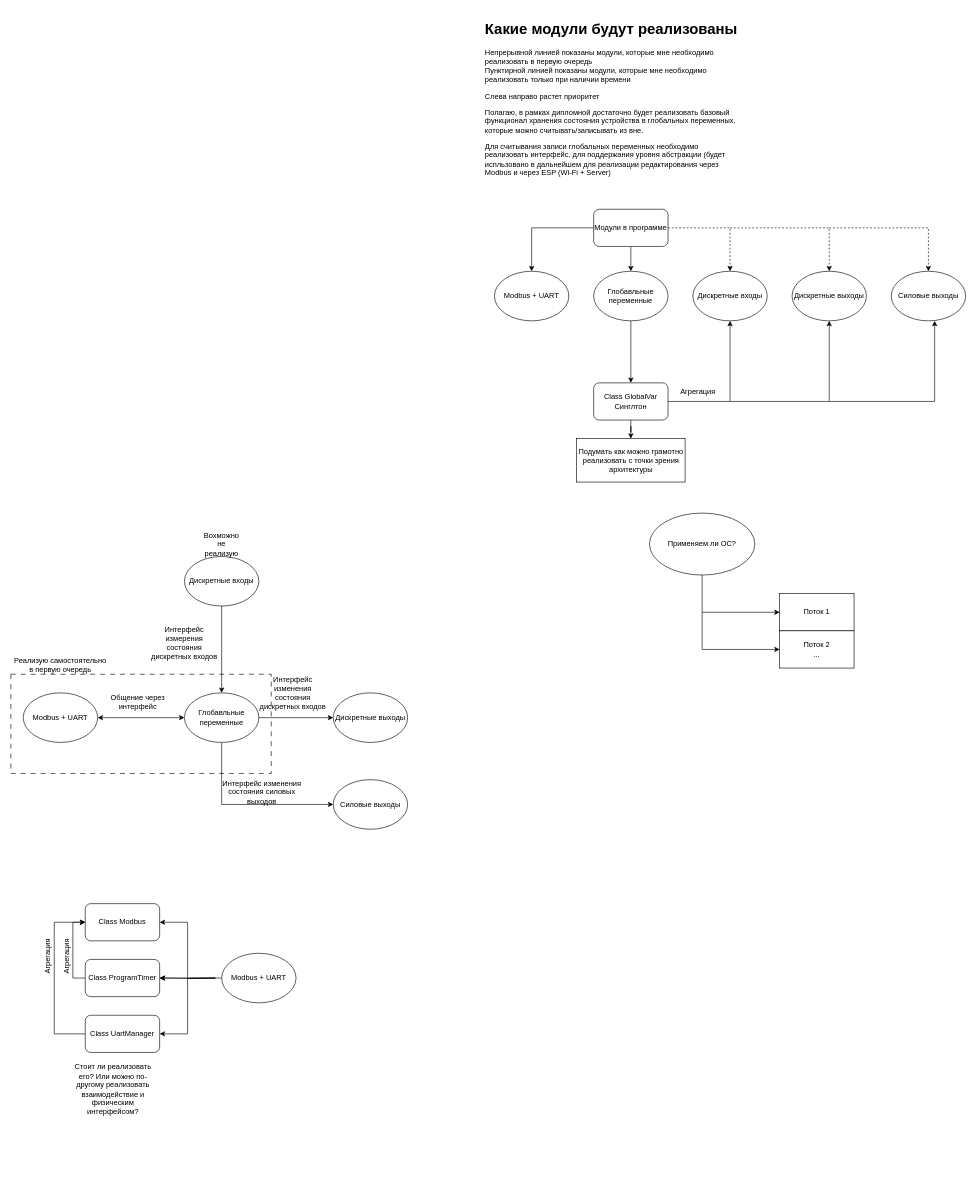
Earlier version of the draw.io diagram Architecture.drawio (akcel123/Green-House). Source tidied: cells renumbered, new cells numbered last; positions are measured from the earlier drawing's top-left corner, leaving out a move shared by most shapes. Both pictures are drawn from the tidied source at 62%, with x=0, y=0 at pixel (11, 17).
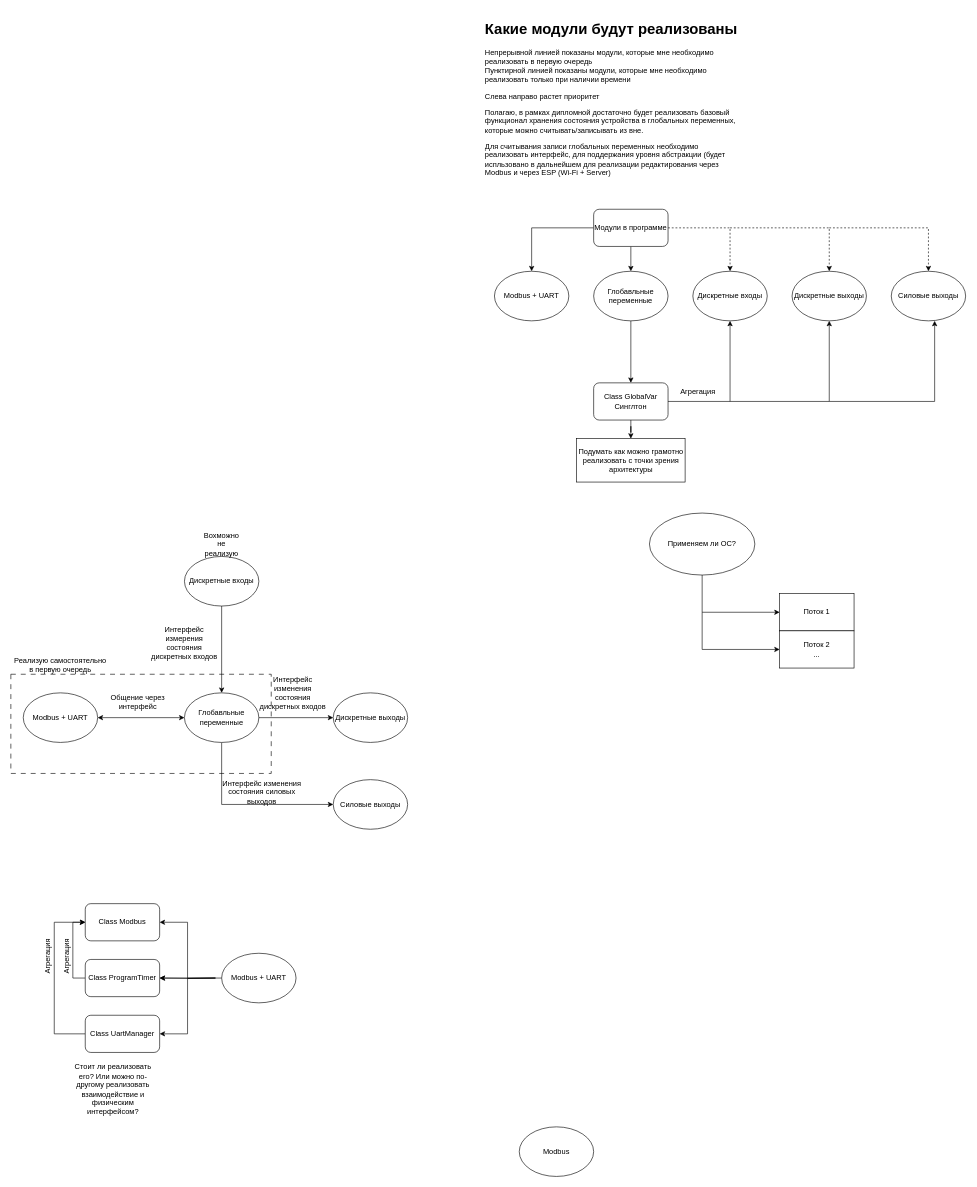
Above is the later version.

Diff of the diagram source:
```diff
@@
+    <mxCell id="56" value="Modbus" style="ellipse;whiteSpace=wrap;html=1;" parent="1" vertex="1">
+      <mxGeometry x="820" y="1790" width="120" height="80" as="geometry" />
+    </mxCell>
```
